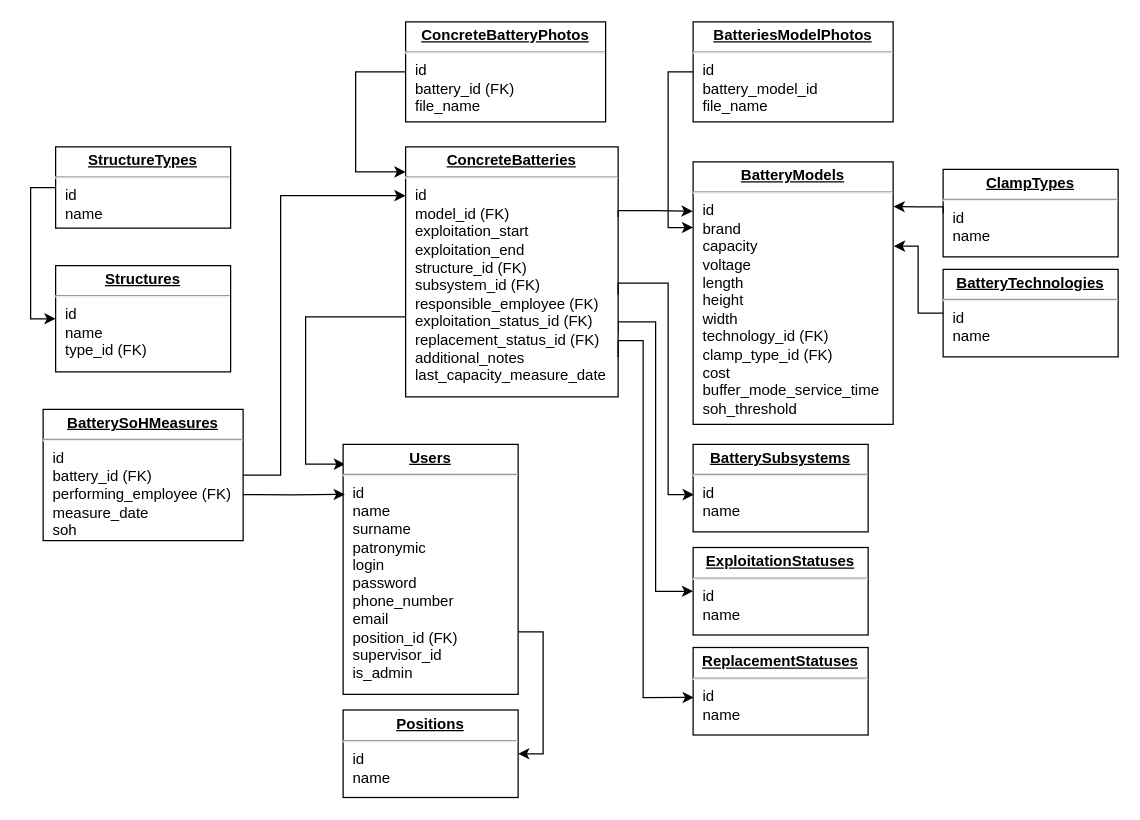
wackyEvidence/BatteriesConditionTracker keeps this draw.io diagram as Диаграмма без названия.drawio. Above is the earlier version. Source tidied: cells renumbered, new cells numbered last; positions are measured from the earlier drawing's top-left corner, leaving out a move shared by most shapes. Both pictures are drawn from the tidied source at 125%, with x=0, y=0 at pixel (42, 21).
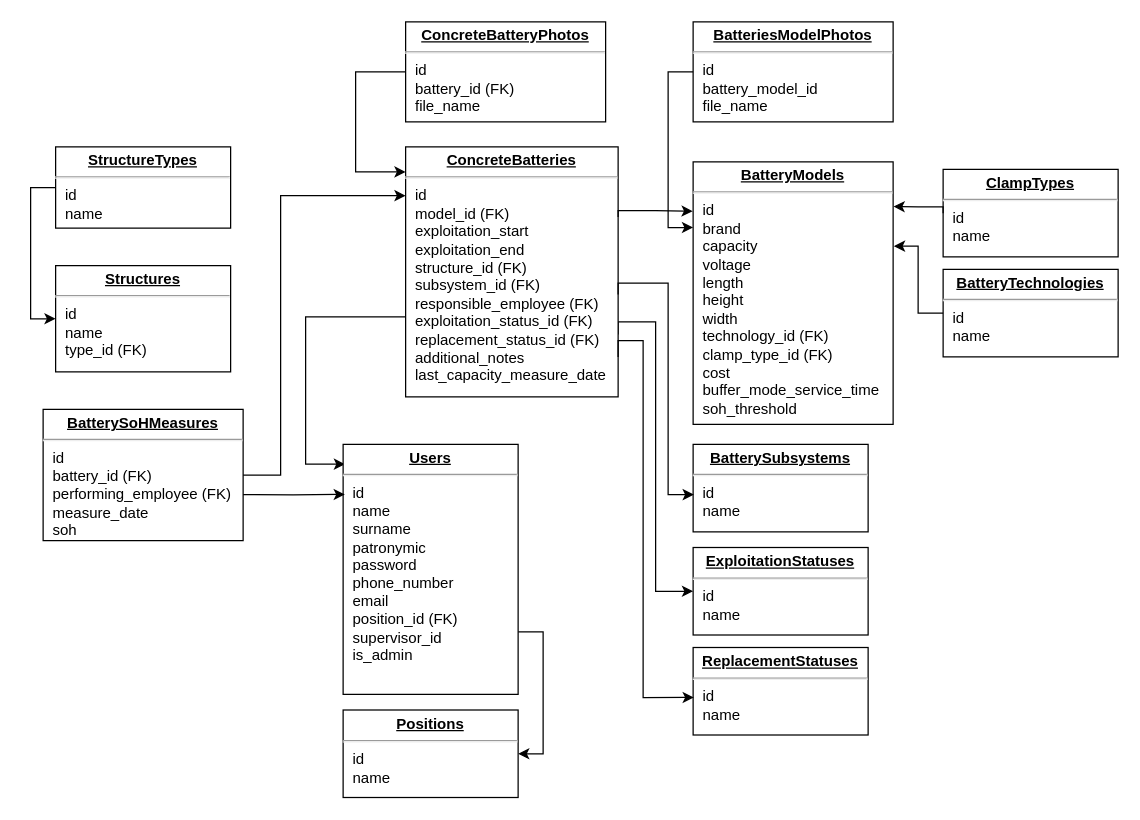
The same page after the edit.

Commit message:
Обновление схемы БД.drawio

Diff of the diagram source:
```diff
@@
-    <mxCell id="15" value="&lt;p style=&quot;margin: 0px ; margin-top: 4px ; text-align: center ; text-decoration: underline&quot;&gt;&lt;b&gt;Users&lt;/b&gt;&lt;/p&gt;&lt;hr&gt;&lt;p style=&quot;margin: 0px ; margin-left: 8px&quot;&gt;id&lt;br&gt;name&amp;nbsp;&lt;/p&gt;&lt;p style=&quot;margin: 0px ; margin-left: 8px&quot;&gt;surname&lt;/p&gt;&lt;p style=&quot;margin: 0px ; margin-left: 8px&quot;&gt;patronymic&lt;/p&gt;&lt;p style=&quot;margin: 0px ; margin-left: 8px&quot;&gt;login&lt;/p&gt;&lt;p style=&quot;margin: 0px ; margin-left: 8px&quot;&gt;password&lt;/p&gt;&lt;p style=&quot;margin: 0px ; margin-left: 8px&quot;&gt;phone_number&lt;/p&gt;&lt;p style=&quot;margin: 0px ; margin-left: 8px&quot;&gt;email&lt;/p&gt;&lt;p style=&quot;margin: 0px ; margin-left: 8px&quot;&gt;position_id (FK)&lt;/p&gt;&lt;p style=&quot;margin: 0px ; margin-left: 8px&quot;&gt;supervisor_id&lt;/p&gt;&lt;p style=&quot;margin: 0px ; margin-left: 8px&quot;&gt;is_admin&lt;/p&gt;" style="verticalAlign=top;align=left;overflow=fill;fontSize=12;fontFamily=Helvetica;html=1;rounded=0;shadow=0;comic=0;labelBackgroundColor=none;strokeWidth=1;" parent="1" vertex="1">
+    <mxCell id="15" value="&lt;p style=&quot;margin: 0px ; margin-top: 4px ; text-align: center ; text-decoration: underline&quot;&gt;&lt;b&gt;Users&lt;/b&gt;&lt;/p&gt;&lt;hr&gt;&lt;p style=&quot;margin: 0px ; margin-left: 8px&quot;&gt;id&lt;br&gt;name&amp;nbsp;&lt;/p&gt;&lt;p style=&quot;margin: 0px ; margin-left: 8px&quot;&gt;surname&lt;/p&gt;&lt;p style=&quot;margin: 0px ; margin-left: 8px&quot;&gt;patronymic&lt;/p&gt;&lt;p style=&quot;margin: 0px ; margin-left: 8px&quot;&gt;&lt;span style=&quot;background-color: initial;&quot;&gt;password&lt;/span&gt;&lt;br&gt;&lt;/p&gt;&lt;p style=&quot;margin: 0px ; margin-left: 8px&quot;&gt;phone_number&lt;/p&gt;&lt;p style=&quot;margin: 0px ; margin-left: 8px&quot;&gt;email&lt;/p&gt;&lt;p style=&quot;margin: 0px ; margin-left: 8px&quot;&gt;position_id (FK)&lt;/p&gt;&lt;p style=&quot;margin: 0px ; margin-left: 8px&quot;&gt;supervisor_id&lt;/p&gt;&lt;p style=&quot;margin: 0px ; margin-left: 8px&quot;&gt;is_admin&lt;/p&gt;" style="verticalAlign=top;align=left;overflow=fill;fontSize=12;fontFamily=Helvetica;html=1;rounded=0;shadow=0;comic=0;labelBackgroundColor=none;strokeWidth=1;" parent="1" vertex="1">
       <mxGeometry x="240" y="338" width="140" height="200" as="geometry" />
     </mxCell>
```
